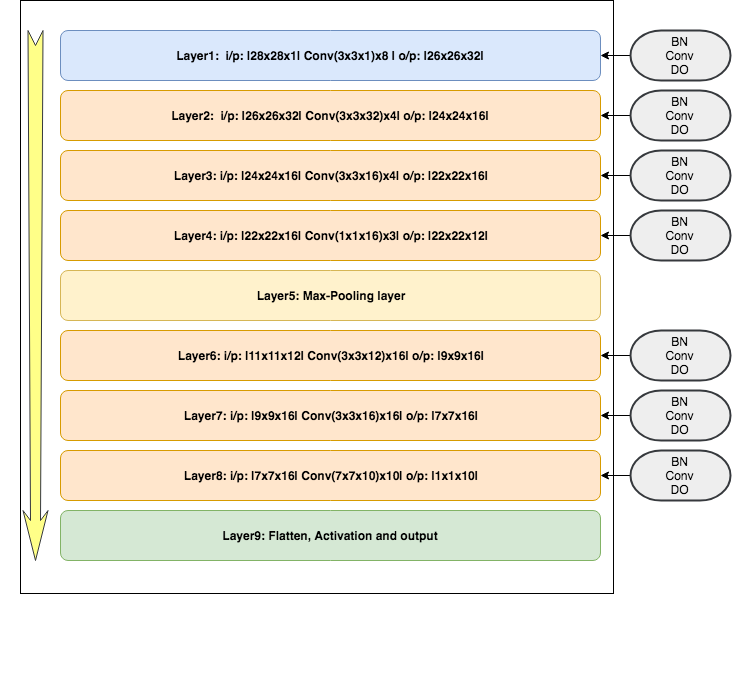
rashidmeras/rashidmeras.github.io keeps this draw.io diagram as images/eva/S4_Proposal3_Fig2.png. Above is the earlier version. Source tidied: cells renumbered, new cells last; positions are measured from the earlier drawing's top-left corner, leaving out a move shared by most shapes. Its diagram source:
```xml
<mxGraphModel>
  <root>
    <mxCell id="0" />
    <mxCell id="1" parent="0" />
    <mxCell id="2" style="whiteSpace=wrap;html=1;" parent="1" vertex="1">
      <mxGeometry x="250" width="593" height="593" as="geometry" />
    </mxCell>
    <mxCell id="3" style="group;" parent="1" vertex="1">
      <mxGeometry x="230" y="20" width="740" height="670" as="geometry" />
    </mxCell>
    <mxCell id="4" style="group;" parent="3" vertex="1">
      <mxGeometry width="740" height="670" as="geometry" />
    </mxCell>
    <mxCell id="5" value="&lt;div style=&quot;text-align: left&quot;&gt;&lt;b&gt;Layer1:&amp;nbsp; i/p: |28x28x1| Conv(3x3x1)x8 | o/p: |26x26x32|&lt;/b&gt;&lt;/div&gt;" style="rounded=1;whiteSpace=wrap;html=1;fillColor=#dae8fc;strokeColor=#6c8ebf;" parent="4" vertex="1">
      <mxGeometry x="60" y="10" width="540" height="50" as="geometry" />
    </mxCell>
    <mxCell id="6" value="&lt;b&gt;Layer2:&amp;nbsp; i/p: |26x26x32| Conv(3x3x32)x4| o/p: |24x24x16|&lt;/b&gt;" style="rounded=1;whiteSpace=wrap;html=1;fillColor=#ffe6cc;strokeColor=#d79b00;" parent="4" vertex="1">
      <mxGeometry x="60" y="70" width="540" height="50" as="geometry" />
    </mxCell>
    <mxCell id="7" value="&lt;b&gt;Layer3: i/p: |24x24x16| Conv(3x3x16)x4| o/p: |22x22x16|&lt;/b&gt;" style="rounded=1;whiteSpace=wrap;html=1;fillColor=#ffe6cc;strokeColor=#d79b00;" parent="4" vertex="1">
      <mxGeometry x="60" y="130" width="540" height="50" as="geometry" />
    </mxCell>
    <mxCell id="8" value="&lt;b&gt;Layer4: i/p: |22x22x16| Conv(1x1x16)x3| o/p: |22x22x12|&lt;/b&gt;" style="rounded=1;whiteSpace=wrap;html=1;fillColor=#ffe6cc;strokeColor=#d79b00;" parent="4" vertex="1">
      <mxGeometry x="60" y="190" width="540" height="50" as="geometry" />
    </mxCell>
    <mxCell id="9" value="&lt;b&gt;Layer5: Max-Pooling layer&lt;/b&gt;" style="rounded=1;whiteSpace=wrap;html=1;fillColor=#fff2cc;strokeColor=#d6b656;" parent="4" vertex="1">
      <mxGeometry x="60" y="250" width="540" height="50" as="geometry" />
    </mxCell>
    <mxCell id="10" value="&lt;b&gt;Layer6: i/p: |11x11x12| Conv(3x3x12)x16| o/p: |9x9x16|&lt;/b&gt;" style="rounded=1;whiteSpace=wrap;html=1;fillColor=#ffe6cc;strokeColor=#d79b00;" parent="4" vertex="1">
      <mxGeometry x="60" y="310" width="540" height="50" as="geometry" />
    </mxCell>
    <mxCell id="11" value="&lt;b&gt;Layer7: i/p: |9x9x16| Conv(3x3x16)x16| o/p: |7x7x16|&lt;/b&gt;" style="rounded=1;whiteSpace=wrap;html=1;fillColor=#ffe6cc;strokeColor=#d79b00;" parent="4" vertex="1">
      <mxGeometry x="60" y="370" width="540" height="50" as="geometry" />
    </mxCell>
    <mxCell id="12" value="&lt;b&gt;Layer8: i/p: |7x7x16| Conv(7x7x10)x10| o/p: |1x1x10|&lt;/b&gt;" style="rounded=1;whiteSpace=wrap;html=1;fillColor=#ffe6cc;strokeColor=#d79b00;" parent="4" vertex="1">
      <mxGeometry x="60" y="430" width="540" height="50" as="geometry" />
    </mxCell>
    <mxCell id="13" value="&lt;b&gt;Layer9: Flatten, Activation and output&lt;/b&gt;" style="rounded=1;whiteSpace=wrap;html=1;fillColor=#d5e8d4;strokeColor=#82b366;" parent="4" vertex="1">
      <mxGeometry x="60" y="490" width="540" height="50" as="geometry" />
    </mxCell>
    <mxCell id="14" style="html=1;shadow=0;dashed=0;align=center;verticalAlign=middle;shape=mxgraph.arrows2.stylisedArrow;dy=0.6;dx=40;notch=15;feather=0.4;rotation=90;fillColor=#ffff88;strokeColor=#36393d;" parent="4" vertex="1">
      <mxGeometry x="-230" y="262.5" width="530" height="25" as="geometry" />
    </mxCell>
    <mxCell id="15" style="edgeStyle=orthogonalEdgeStyle;rounded=0;jettySize=auto;html=1;" parent="4" edge="1" source="16" target="5">
      <mxGeometry relative="1" as="geometry" />
    </mxCell>
    <mxCell id="16" value="BN&lt;br&gt;Conv&lt;br&gt;DO&lt;br&gt;" style="strokeWidth=2;html=1;shape=mxgraph.flowchart.terminator;whiteSpace=wrap;fillColor=#eeeeee;strokeColor=#36393d;" parent="4" vertex="1">
      <mxGeometry x="630" y="10" width="100" height="50" as="geometry" />
    </mxCell>
    <mxCell id="17" style="edgeStyle=orthogonalEdgeStyle;rounded=0;jettySize=auto;html=1;" parent="4" edge="1" source="18" target="6">
      <mxGeometry relative="1" as="geometry" />
    </mxCell>
    <mxCell id="18" value="BN&lt;br&gt;Conv&lt;br&gt;DO&lt;br&gt;" style="strokeWidth=2;html=1;shape=mxgraph.flowchart.terminator;whiteSpace=wrap;fillColor=#eeeeee;strokeColor=#36393d;" parent="4" vertex="1">
      <mxGeometry x="630" y="70" width="100" height="50" as="geometry" />
    </mxCell>
    <mxCell id="19" style="edgeStyle=orthogonalEdgeStyle;rounded=0;jettySize=auto;html=1;" parent="4" edge="1" source="20" target="7">
      <mxGeometry relative="1" as="geometry" />
    </mxCell>
    <mxCell id="20" value="BN&lt;br&gt;Conv&lt;br&gt;DO&lt;br&gt;" style="strokeWidth=2;html=1;shape=mxgraph.flowchart.terminator;whiteSpace=wrap;fillColor=#eeeeee;strokeColor=#36393d;" parent="4" vertex="1">
      <mxGeometry x="630" y="130" width="100" height="50" as="geometry" />
    </mxCell>
    <mxCell id="21" style="edgeStyle=orthogonalEdgeStyle;rounded=0;jettySize=auto;html=1;" parent="4" edge="1" source="22" target="8">
      <mxGeometry relative="1" as="geometry" />
    </mxCell>
    <mxCell id="22" value="BN&lt;br&gt;Conv&lt;br&gt;DO&lt;br&gt;" style="strokeWidth=2;html=1;shape=mxgraph.flowchart.terminator;whiteSpace=wrap;fillColor=#eeeeee;strokeColor=#36393d;" parent="4" vertex="1">
      <mxGeometry x="630" y="190" width="100" height="50" as="geometry" />
    </mxCell>
    <mxCell id="23" style="edgeStyle=orthogonalEdgeStyle;rounded=0;jettySize=auto;html=1;" parent="4" edge="1" source="24" target="10">
      <mxGeometry relative="1" as="geometry" />
    </mxCell>
    <mxCell id="24" value="BN&lt;br&gt;Conv&lt;br&gt;DO&lt;br&gt;" style="strokeWidth=2;html=1;shape=mxgraph.flowchart.terminator;whiteSpace=wrap;fillColor=#eeeeee;strokeColor=#36393d;" parent="4" vertex="1">
      <mxGeometry x="630" y="310" width="100" height="50" as="geometry" />
    </mxCell>
    <mxCell id="25" style="edgeStyle=orthogonalEdgeStyle;rounded=0;jettySize=auto;html=1;" parent="4" edge="1" source="26" target="11">
      <mxGeometry relative="1" as="geometry" />
    </mxCell>
    <mxCell id="26" value="BN&lt;br&gt;Conv&lt;br&gt;DO&lt;br&gt;" style="strokeWidth=2;html=1;shape=mxgraph.flowchart.terminator;whiteSpace=wrap;fillColor=#eeeeee;strokeColor=#36393d;" parent="4" vertex="1">
      <mxGeometry x="630" y="370" width="100" height="50" as="geometry" />
    </mxCell>
    <mxCell id="27" style="edgeStyle=orthogonalEdgeStyle;rounded=0;jettySize=auto;html=1;" parent="4" edge="1" source="28" target="12">
      <mxGeometry relative="1" as="geometry" />
    </mxCell>
    <mxCell id="28" value="BN&lt;br&gt;Conv&lt;br&gt;DO&lt;br&gt;" style="strokeWidth=2;html=1;shape=mxgraph.flowchart.terminator;whiteSpace=wrap;fillColor=#eeeeee;strokeColor=#36393d;" parent="4" vertex="1">
      <mxGeometry x="630" y="430" width="100" height="50" as="geometry" />
    </mxCell>
  </root>
</mxGraphModel>
```
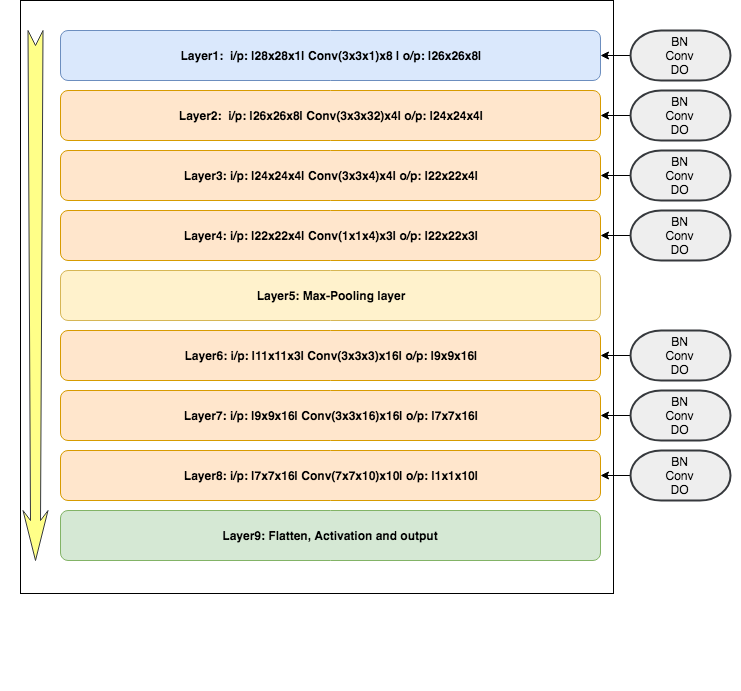
Above is the later version.

The edit, as a diff of the source:
```diff
@@ -11,22 +11,22 @@
     <mxCell id="4" style="group;" parent="3" vertex="1">
       <mxGeometry width="740" height="670" as="geometry" />
     </mxCell>
-    <mxCell id="5" value="&lt;div style=&quot;text-align: left&quot;&gt;&lt;b&gt;Layer1:&amp;nbsp; i/p: |28x28x1| Conv(3x3x1)x8 | o/p: |26x26x32|&lt;/b&gt;&lt;/div&gt;" style="rounded=1;whiteSpace=wrap;html=1;fillColor=#dae8fc;strokeColor=#6c8ebf;" parent="4" vertex="1">
+    <mxCell id="5" value="&lt;div style=&quot;text-align: left&quot;&gt;&lt;b&gt;Layer1:&amp;nbsp; i/p: |28x28x1| Conv(3x3x1)x8 | o/p: |26x26x8|&lt;/b&gt;&lt;/div&gt;" style="rounded=1;whiteSpace=wrap;html=1;fillColor=#dae8fc;strokeColor=#6c8ebf;" parent="4" vertex="1">
       <mxGeometry x="60" y="10" width="540" height="50" as="geometry" />
     </mxCell>
-    <mxCell id="6" value="&lt;b&gt;Layer2:&amp;nbsp; i/p: |26x26x32| Conv(3x3x32)x4| o/p: |24x24x16|&lt;/b&gt;" style="rounded=1;whiteSpace=wrap;html=1;fillColor=#ffe6cc;strokeColor=#d79b00;" parent="4" vertex="1">
+    <mxCell id="6" value="&lt;b&gt;Layer2:&amp;nbsp; i/p: |26x26x8| Conv(3x3x32)x4| o/p: |24x24x4|&lt;/b&gt;" style="rounded=1;whiteSpace=wrap;html=1;fillColor=#ffe6cc;strokeColor=#d79b00;" parent="4" vertex="1">
       <mxGeometry x="60" y="70" width="540" height="50" as="geometry" />
     </mxCell>
-    <mxCell id="7" value="&lt;b&gt;Layer3: i/p: |24x24x16| Conv(3x3x16)x4| o/p: |22x22x16|&lt;/b&gt;" style="rounded=1;whiteSpace=wrap;html=1;fillColor=#ffe6cc;strokeColor=#d79b00;" parent="4" vertex="1">
+    <mxCell id="7" value="&lt;b&gt;Layer3: i/p: |24x24x4| Conv(3x3x4)x4| o/p: |22x22x4|&lt;/b&gt;" style="rounded=1;whiteSpace=wrap;html=1;fillColor=#ffe6cc;strokeColor=#d79b00;" parent="4" vertex="1">
       <mxGeometry x="60" y="130" width="540" height="50" as="geometry" />
     </mxCell>
-    <mxCell id="8" value="&lt;b&gt;Layer4: i/p: |22x22x16| Conv(1x1x16)x3| o/p: |22x22x12|&lt;/b&gt;" style="rounded=1;whiteSpace=wrap;html=1;fillColor=#ffe6cc;strokeColor=#d79b00;" parent="4" vertex="1">
+    <mxCell id="8" value="&lt;b&gt;Layer4: i/p: |22x22x4| Conv(1x1x4)x3| o/p: |22x22x3|&lt;/b&gt;" style="rounded=1;whiteSpace=wrap;html=1;fillColor=#ffe6cc;strokeColor=#d79b00;" parent="4" vertex="1">
       <mxGeometry x="60" y="190" width="540" height="50" as="geometry" />
     </mxCell>
     <mxCell id="9" value="&lt;b&gt;Layer5: Max-Pooling layer&lt;/b&gt;" style="rounded=1;whiteSpace=wrap;html=1;fillColor=#fff2cc;strokeColor=#d6b656;" parent="4" vertex="1">
       <mxGeometry x="60" y="250" width="540" height="50" as="geometry" />
     </mxCell>
-    <mxCell id="10" value="&lt;b&gt;Layer6: i/p: |11x11x12| Conv(3x3x12)x16| o/p: |9x9x16|&lt;/b&gt;" style="rounded=1;whiteSpace=wrap;html=1;fillColor=#ffe6cc;strokeColor=#d79b00;" parent="4" vertex="1">
+    <mxCell id="10" value="&lt;b&gt;Layer6: i/p: |11x11x3| Conv(3x3x3)x16| o/p: |9x9x16|&lt;/b&gt;" style="rounded=1;whiteSpace=wrap;html=1;fillColor=#ffe6cc;strokeColor=#d79b00;" parent="4" vertex="1">
       <mxGeometry x="60" y="310" width="540" height="50" as="geometry" />
     </mxCell>
     <mxCell id="11" value="&lt;b&gt;Layer7: i/p: |9x9x16| Conv(3x3x16)x16| o/p: |7x7x16|&lt;/b&gt;" style="rounded=1;whiteSpace=wrap;html=1;fillColor=#ffe6cc;strokeColor=#d79b00;" parent="4" vertex="1">
```
